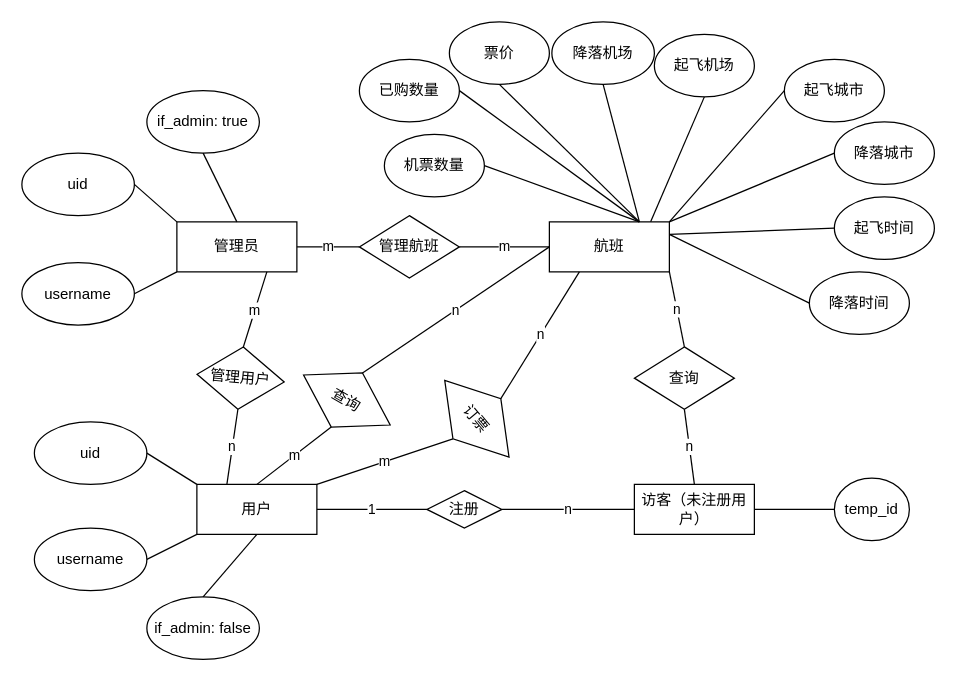
Before: flight.drawio in EnderCHX/flight, a draw.io diagram. Source tidied: cells renumbered, new cells numbered last; positions are measured from the earlier drawing's top-left corner, leaving out a move shared by most shapes. Both pictures are drawn from the tidied source at 125%, with x=0, y=0 at pixel (21, 21).
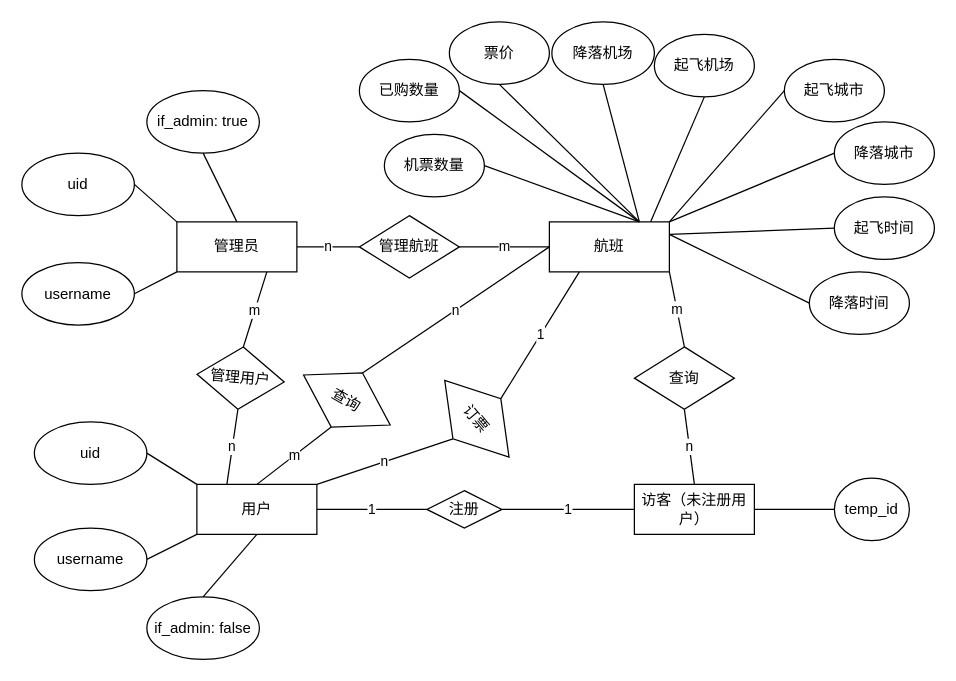
Above is the later version.

Unchanged cells that the change refers to:
```xml
<mxCell id="2" value="用户" style="rounded=0;whiteSpace=wrap;html=1;" parent="1" vertex="1">
  <mxGeometry x="140" y="370" width="96" height="40" as="geometry" />
</mxCell>
<mxCell id="3" value="访客（未注册用户）" style="rounded=0;whiteSpace=wrap;html=1;" parent="1" vertex="1">
  <mxGeometry x="490" y="370" width="96" height="40" as="geometry" />
</mxCell>
<mxCell id="4" value="管理员" style="rounded=0;whiteSpace=wrap;html=1;" parent="1" vertex="1">
  <mxGeometry x="124" y="160" width="96" height="40" as="geometry" />
</mxCell>
<mxCell id="5" value="航班" style="whiteSpace=wrap;html=1;" parent="1" vertex="1">
  <mxGeometry x="422" y="160" width="96" height="40" as="geometry" />
</mxCell>
<mxCell id="6" value="注册" style="rhombus;whiteSpace=wrap;html=1;" parent="1" vertex="1">
  <mxGeometry x="324" y="375" width="60" height="30" as="geometry" />
</mxCell>
<mxCell id="10" value="查询" style="rhombus;whiteSpace=wrap;html=1;rotation=0;" parent="1" vertex="1">
  <mxGeometry x="490" y="260" width="80" height="50" as="geometry" />
</mxCell>
<mxCell id="48" value="订票" style="rhombus;whiteSpace=wrap;html=1;rotation=50;" parent="1" vertex="1">
  <mxGeometry x="324" y="292.5" width="80" height="50" as="geometry" />
</mxCell>
<mxCell id="51" value="管理航班" style="rhombus;whiteSpace=wrap;html=1;" parent="1" vertex="1">
  <mxGeometry x="270" y="155" width="80" height="50" as="geometry" />
</mxCell>
```

What changed in the source:
```diff
@@
-    <mxCell id="7" value="n" style="endArrow=none;html=1;rounded=0;exitX=1;exitY=0.5;exitDx=0;exitDy=0;entryX=0;entryY=0.5;entryDx=0;entryDy=0;" parent="1" edge="1" source="6" target="3">
+    <mxCell id="7" value="1" style="endArrow=none;html=1;rounded=0;exitX=1;exitY=0.5;exitDx=0;exitDy=0;entryX=0;entryY=0.5;entryDx=0;entryDy=0;" parent="1" edge="1" source="6" target="3">
       <mxGeometry relative="1" as="geometry" />
     </mxCell>
@@
-    <mxCell id="12" value="n" style="endArrow=none;html=1;rounded=0;entryX=1;entryY=1;entryDx=0;entryDy=0;exitX=0.5;exitY=0;exitDx=0;exitDy=0;" parent="1" edge="1" source="10" target="5">
+    <mxCell id="12" value="m" style="endArrow=none;html=1;rounded=0;entryX=1;entryY=1;entryDx=0;entryDy=0;exitX=0.5;exitY=0;exitDx=0;exitDy=0;" parent="1" edge="1" source="10" target="5">
       <mxGeometry relative="1" as="geometry" />
     </mxCell>
@@
-    <mxCell id="49" value="m" style="endArrow=none;html=1;rounded=0;entryX=0.5;entryY=1;entryDx=0;entryDy=0;exitX=1;exitY=0;exitDx=0;exitDy=0;" parent="1" edge="1" source="2" target="48">
+    <mxCell id="49" value="n" style="endArrow=none;html=1;rounded=0;entryX=0.5;entryY=1;entryDx=0;entryDy=0;exitX=1;exitY=0;exitDx=0;exitDy=0;" parent="1" edge="1" source="2" target="48">
       <mxGeometry relative="1" as="geometry" />
     </mxCell>
-    <mxCell id="50" value="n" style="endArrow=none;html=1;rounded=0;entryX=0.25;entryY=1;entryDx=0;entryDy=0;exitX=0.5;exitY=0;exitDx=0;exitDy=0;" parent="1" edge="1" source="48" target="5">
+    <mxCell id="50" value="1" style="endArrow=none;html=1;rounded=0;entryX=0.25;entryY=1;entryDx=0;entryDy=0;exitX=0.5;exitY=0;exitDx=0;exitDy=0;" parent="1" edge="1" source="48" target="5">
       <mxGeometry relative="1" as="geometry" />
     </mxCell>
@@
-    <mxCell id="52" value="m" style="endArrow=none;html=1;rounded=0;entryX=0;entryY=0.5;entryDx=0;entryDy=0;exitX=1;exitY=0.5;exitDx=0;exitDy=0;" parent="1" edge="1" source="4" target="51">
+    <mxCell id="52" value="n" style="endArrow=none;html=1;rounded=0;entryX=0;entryY=0.5;entryDx=0;entryDy=0;exitX=1;exitY=0.5;exitDx=0;exitDy=0;" parent="1" edge="1" source="4" target="51">
       <mxGeometry relative="1" as="geometry" />
     </mxCell>
```
